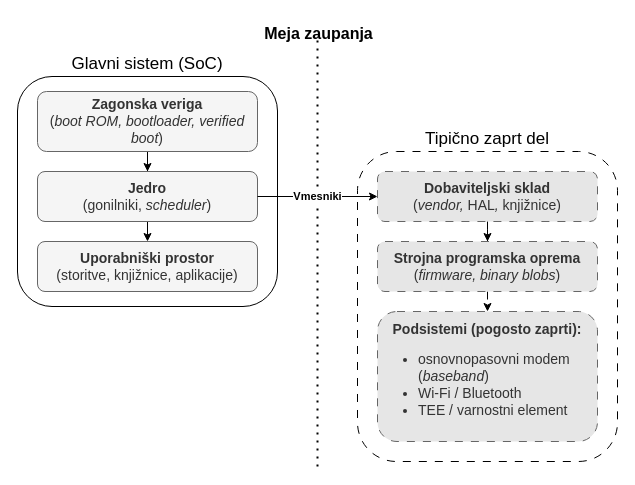
This is drawio/arhitektura_telefona.drawio from zeko9381/diplomska, a draw.io file, before an edit. Source tidied: cells renumbered, new cells numbered last; positions are measured from the earlier drawing's top-left corner, leaving out a move shared by most shapes. Both pictures are drawn from the tidied source at 100%, with x=0, y=0 at pixel (17, 36).
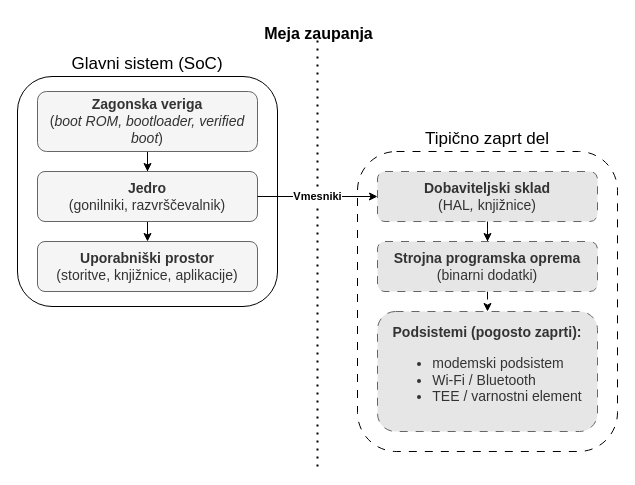
The same page after the edit.

Commit message (it also covers changes not shown here):
Prvi pass popravkov mentorja 	modified:   build/main.pdf 	modified:   drawio/arhitektura_telefona.drawio 	modified:   figure/arhitektura_telefona.pdf 	modified:   main.bib 	modified:   main.tex

The change refers to these unchanged cells:
```xml
<mxCell id="2" style="group;fontFamily=Helvetica;" parent="1" vertex="1">
  <mxGeometry x="340" y="115" width="260" height="310" as="geometry" />
</mxCell>
<mxCell id="11" style="group;fontFamily=Helvetica;" parent="1" vertex="1">
  <mxGeometry y="40" width="260" height="230" as="geometry" />
</mxCell>
```

The edit, as a diff of the source:
```diff
@@
     <mxCell id="3" value="&lt;font style=&quot;font-size: 17px;&quot;&gt;Tipično zaprt del&lt;/font&gt;" style="rounded=1;whiteSpace=wrap;html=1;labelPosition=center;verticalLabelPosition=top;align=center;verticalAlign=bottom;fontSize=16;spacing=2;glass=0;perimeterSpacing=0;fillColor=none;rotation=0;dashed=1;dashPattern=8 8;fontFamily=Helvetica;" parent="2" vertex="1">
-      <mxGeometry width="260" height="310" as="geometry" />
+      <mxGeometry width="260" height="300" as="geometry" />
     </mxCell>
@@
-    <mxCell id="5" value="&lt;div&gt;&lt;font&gt;&lt;b&gt;Dobaviteljski sklad&lt;/b&gt;&lt;/font&gt;&lt;/div&gt;&lt;div&gt;&lt;font&gt;(&lt;/font&gt;&lt;i&gt;&lt;font&gt;vendor&lt;/font&gt;&lt;/i&gt;&lt;font&gt;&lt;i&gt;, &lt;/i&gt;HAL&lt;i&gt;, &lt;/i&gt;knjižnice)&lt;/font&gt;&lt;/div&gt;" style="rounded=1;whiteSpace=wrap;html=1;fillStyle=auto;fillColor=#E6E6E6;fontColor=#333333;strokeColor=#666666;dashed=1;dashPattern=8 8;fontSize=14;fontFamily=Helvetica;" parent="2" vertex="1">
+    <mxCell id="5" value="&lt;div&gt;&lt;font&gt;&lt;b&gt;Dobaviteljski sklad&lt;/b&gt;&lt;/font&gt;&lt;/div&gt;&lt;div&gt;&lt;font&gt;(&lt;/font&gt;&lt;font&gt;HAL&lt;i&gt;, &lt;/i&gt;knjižnice)&lt;/font&gt;&lt;/div&gt;" style="rounded=1;whiteSpace=wrap;html=1;fillStyle=auto;fillColor=#E6E6E6;fontColor=#333333;strokeColor=#666666;dashed=1;dashPattern=8 8;fontSize=14;fontFamily=Helvetica;" parent="2" vertex="1">
       <mxGeometry x="20" y="20" width="220" height="50" as="geometry" />
     </mxCell>
@@
-    <mxCell id="7" value="&lt;div&gt;&lt;font&gt;&lt;b&gt;Strojna programska oprema&lt;/b&gt;&lt;/font&gt;&lt;/div&gt;&lt;div&gt;&lt;font&gt;(&lt;i&gt;firmware, binary blobs&lt;/i&gt;)&lt;/font&gt;&lt;/div&gt;" style="rounded=1;whiteSpace=wrap;html=1;fillStyle=auto;fillColor=#E6E6E6;fontColor=#333333;strokeColor=#666666;dashed=1;dashPattern=8 8;fontSize=14;fontFamily=Helvetica;" parent="2" vertex="1">
+    <mxCell id="7" value="&lt;div&gt;&lt;font&gt;&lt;b&gt;Strojna programska oprema&lt;/b&gt;&lt;/font&gt;&lt;/div&gt;&lt;div&gt;&lt;font&gt;(binarni dodatki)&lt;/font&gt;&lt;/div&gt;" style="rounded=1;whiteSpace=wrap;html=1;fillStyle=auto;fillColor=#E6E6E6;fontColor=#333333;strokeColor=#666666;dashed=1;dashPattern=8 8;fontSize=14;fontFamily=Helvetica;" parent="2" vertex="1">
       <mxGeometry x="20" y="90" width="220" height="50" as="geometry" />
     </mxCell>
-    <mxCell id="8" value="&lt;div&gt;&lt;font&gt;&lt;b&gt;Podsistemi (pogosto zaprti):&lt;/b&gt;&lt;/font&gt;&lt;br&gt;&lt;div align=&quot;left&quot;&gt;&lt;ul&gt;&lt;li&gt;&lt;font&gt;osnovnopasovni modem (&lt;i&gt;baseband&lt;/i&gt;)&amp;nbsp;&amp;nbsp;&lt;/font&gt;&lt;/li&gt;&lt;li&gt;&lt;font&gt;Wi-Fi / Bluetooth&lt;/font&gt;&lt;/li&gt;&lt;li&gt;&lt;font&gt;TEE / varnostni element&lt;/font&gt;&lt;/li&gt;&lt;/ul&gt;&lt;/div&gt;&lt;/div&gt;" style="rounded=1;whiteSpace=wrap;html=1;fillStyle=auto;fillColor=#E6E6E6;fontColor=#333333;strokeColor=#666666;dashed=1;dashPattern=8 8;fontSize=14;fontFamily=Helvetica;" parent="2" vertex="1">
-      <mxGeometry x="20" y="160" width="220" height="130" as="geometry" />
+    <mxCell id="8" value="&lt;div&gt;&lt;font&gt;&lt;b&gt;Podsistemi (pogosto zaprti):&lt;/b&gt;&lt;/font&gt;&lt;br&gt;&lt;div align=&quot;left&quot;&gt;&lt;ul&gt;&lt;li&gt;&lt;font&gt;modemski podsistem&amp;nbsp;&lt;/font&gt;&lt;/li&gt;&lt;li&gt;&lt;font&gt;Wi-Fi / Bluetooth&lt;/font&gt;&lt;/li&gt;&lt;li&gt;&lt;font&gt;TEE / varnostni element&lt;/font&gt;&lt;/li&gt;&lt;/ul&gt;&lt;/div&gt;&lt;/div&gt;" style="rounded=1;whiteSpace=wrap;html=1;fillStyle=auto;fillColor=#E6E6E6;fontColor=#333333;strokeColor=#666666;dashed=1;dashPattern=8 8;fontSize=14;fontFamily=Helvetica;" parent="2" vertex="1">
+      <mxGeometry x="20" y="160" width="220" height="120" as="geometry" />
     </mxCell>
+    <mxCell id="20" style="edgeStyle=orthogonalEdgeStyle;rounded=0;orthogonalLoop=1;jettySize=auto;html=1;exitX=0.5;exitY=1;exitDx=0;exitDy=0;" parent="2" edge="1" source="3" target="3">
+      <mxGeometry relative="1" as="geometry" />
+    </mxCell>
@@
-    <mxCell id="16" value="&lt;div&gt;&lt;font&gt;&lt;b&gt;Jedro&lt;/b&gt;&lt;/font&gt;&lt;/div&gt;&lt;div&gt;&lt;font&gt;(gonilniki,&lt;i&gt; scheduler&lt;/i&gt;)&lt;/font&gt;&lt;/div&gt;" style="rounded=1;whiteSpace=wrap;html=1;fillStyle=auto;fillColor=#f5f5f5;fontColor=#333333;strokeColor=#666666;fontSize=14;fontFamily=Helvetica;" parent="11" vertex="1">
+    <mxCell id="16" value="&lt;div&gt;&lt;font&gt;&lt;b&gt;Jedro&lt;/b&gt;&lt;/font&gt;&lt;/div&gt;&lt;div&gt;&lt;font&gt;(gonilniki,&lt;i&gt; &lt;/i&gt;razvrščevalnik)&lt;/font&gt;&lt;/div&gt;" style="rounded=1;whiteSpace=wrap;html=1;fillStyle=auto;fillColor=#f5f5f5;fontColor=#333333;strokeColor=#666666;fontSize=14;fontFamily=Helvetica;" parent="11" vertex="1">
       <mxGeometry x="20" y="95" width="220" height="50" as="geometry" />
     </mxCell>
```
